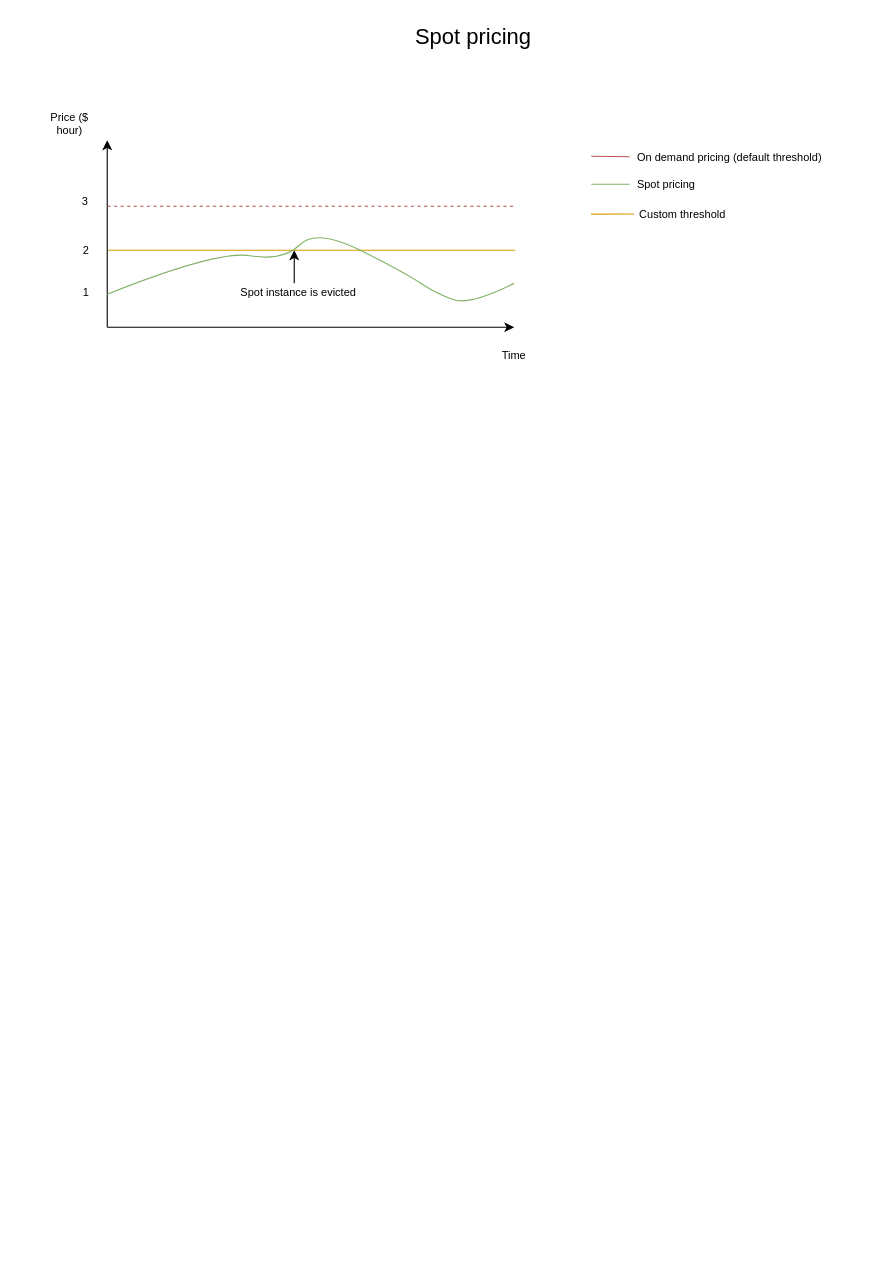
Before: page "Module 4 : Compute" (4 of 13) of Demos/ArchitectingOnAWS_Whiteboards.drawio in mcharouk/aws, a draw.io diagram. Source tidied: cells renumbered, new cells numbered last; positions are measured from the earlier drawing's top-left corner, leaving out a move shared by most shapes. Both pictures are drawn from the tidied source at 110%, with x=0, y=0 at pixel (36, 19).
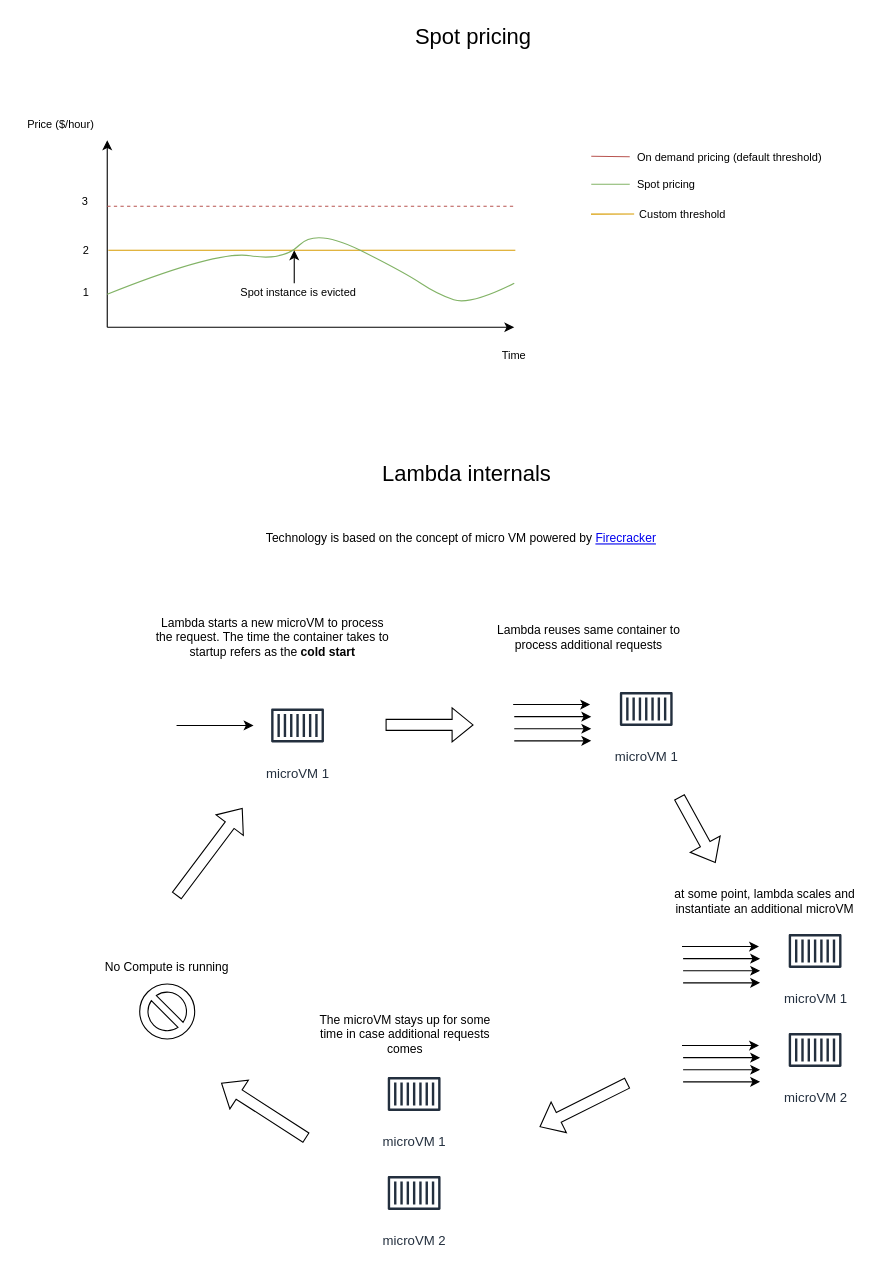
After the change.

Commit message (it also covers changes not shown here):
update whiteboard and links

Change to the diagram source:
```diff
@@
-    <mxCell id="7" value="Price ($ hour)" style="text;html=1;strokeColor=none;fillColor=none;align=center;verticalAlign=middle;whiteSpace=wrap;rounded=0;fontSize=10;" parent="1" vertex="1">
-      <mxGeometry y="80" width="60" height="30" as="geometry" />
+    <mxCell id="7" value="Price ($/hour)" style="text;html=1;strokeColor=none;fillColor=none;align=center;verticalAlign=middle;whiteSpace=wrap;rounded=0;fontSize=10;" parent="1" vertex="1">
+      <mxGeometry x="-16" y="80" width="76" height="30" as="geometry" />
     </mxCell>
@@
+    <mxCell id="21" value="Lambda internals" style="text;html=1;strokeColor=none;fillColor=none;align=center;verticalAlign=middle;whiteSpace=wrap;rounded=0;fontSize=20;" parent="1" vertex="1">
+      <mxGeometry x="298" y="397" width="186" height="30" as="geometry" />
+    </mxCell>
+    <mxCell id="22" value="microVM 1" style="sketch=0;fontColor=#232F3E;gradientColor=none;strokeColor=#232F3E;fillColor=#ffffff;dashed=0;verticalLabelPosition=bottom;verticalAlign=top;align=center;html=1;fontSize=12;fontStyle=0;shape=mxgraph.aws4.resourceIcon;resIcon=mxgraph.aws4.container_1;fontFamily=Helvetica;" parent="1" vertex="1">
+      <mxGeometry x="677.5" y="817" width="60" height="60" as="geometry" />
+    </mxCell>
+    <mxCell id="23" value="microVM 2" style="sketch=0;fontColor=#232F3E;gradientColor=none;strokeColor=#232F3E;fillColor=#ffffff;dashed=0;verticalLabelPosition=bottom;verticalAlign=top;align=center;html=1;fontSize=12;fontStyle=0;shape=mxgraph.aws4.resourceIcon;resIcon=mxgraph.aws4.container_1;fontFamily=Helvetica;" parent="1" vertex="1">
+      <mxGeometry x="677.5" y="907" width="60" height="60" as="geometry" />
+    </mxCell>
+    <mxCell id="24" style="endArrow=classic;html=1;rounded=0;fontFamily=Helvetica;fontSize=11;fontColor=#000000;" parent="1" edge="1">
+      <mxGeometry relative="1" as="geometry">
+        <mxPoint x="586.5" y="843" as="sourcePoint" />
+        <mxPoint x="656.5" y="843" as="targetPoint" />
+      </mxGeometry>
+    </mxCell>
+    <mxCell id="25" style="endArrow=classic;html=1;rounded=0;fontFamily=Helvetica;fontSize=11;fontColor=#000000;" parent="1" edge="1">
+      <mxGeometry relative="1" as="geometry">
+        <mxPoint x="587.5" y="854" as="sourcePoint" />
+        <mxPoint x="657.5" y="854" as="targetPoint" />
+      </mxGeometry>
+    </mxCell>
+    <mxCell id="26" style="endArrow=classic;html=1;rounded=0;fontFamily=Helvetica;fontSize=11;fontColor=#000000;" parent="1" edge="1">
+      <mxGeometry relative="1" as="geometry">
+        <mxPoint x="587.5" y="865" as="sourcePoint" />
+        <mxPoint x="657.5" y="865" as="targetPoint" />
+      </mxGeometry>
+    </mxCell>
+    <mxCell id="27" style="endArrow=classic;html=1;rounded=0;fontFamily=Helvetica;fontSize=11;fontColor=#000000;" parent="1" edge="1">
+      <mxGeometry relative="1" as="geometry">
+        <mxPoint x="587.5" y="876" as="sourcePoint" />
+        <mxPoint x="657.5" y="876" as="targetPoint" />
+      </mxGeometry>
+    </mxCell>
+    <mxCell id="28" style="endArrow=classic;html=1;rounded=0;fontFamily=Helvetica;fontSize=11;fontColor=#000000;" parent="1" edge="1">
+      <mxGeometry relative="1" as="geometry">
+        <mxPoint x="586.5" y="933" as="sourcePoint" />
+        <mxPoint x="656.5" y="933" as="targetPoint" />
+      </mxGeometry>
+    </mxCell>
+    <mxCell id="29" style="endArrow=classic;html=1;rounded=0;fontFamily=Helvetica;fontSize=11;fontColor=#000000;" parent="1" edge="1">
+      <mxGeometry relative="1" as="geometry">
+        <mxPoint x="587.5" y="944" as="sourcePoint" />
+        <mxPoint x="657.5" y="944" as="targetPoint" />
+      </mxGeometry>
+    </mxCell>
+    <mxCell id="30" style="endArrow=classic;html=1;rounded=0;fontFamily=Helvetica;fontSize=11;fontColor=#000000;" parent="1" edge="1">
+      <mxGeometry relative="1" as="geometry">
+        <mxPoint x="587.5" y="955" as="sourcePoint" />
+        <mxPoint x="657.5" y="955" as="targetPoint" />
+      </mxGeometry>
+    </mxCell>
+    <mxCell id="31" style="endArrow=classic;html=1;rounded=0;fontFamily=Helvetica;fontSize=11;fontColor=#000000;" parent="1" edge="1">
+      <mxGeometry relative="1" as="geometry">
+        <mxPoint x="587.5" y="966" as="sourcePoint" />
+        <mxPoint x="657.5" y="966" as="targetPoint" />
+      </mxGeometry>
+    </mxCell>
+    <mxCell id="32" value="microVM 1" style="sketch=0;fontColor=#232F3E;gradientColor=none;strokeColor=#232F3E;fillColor=#ffffff;dashed=0;verticalLabelPosition=bottom;verticalAlign=top;align=center;html=1;fontSize=12;fontStyle=0;shape=mxgraph.aws4.resourceIcon;resIcon=mxgraph.aws4.container_1;fontFamily=Helvetica;" parent="1" vertex="1">
+      <mxGeometry x="524" y="597" width="60" height="60" as="geometry" />
+    </mxCell>
+    <mxCell id="33" style="endArrow=classic;html=1;rounded=0;fontFamily=Helvetica;fontSize=11;fontColor=#000000;" parent="1" edge="1">
+      <mxGeometry relative="1" as="geometry">
+        <mxPoint x="433" y="623" as="sourcePoint" />
+        <mxPoint x="503" y="623" as="targetPoint" />
+      </mxGeometry>
+    </mxCell>
+    <mxCell id="34" style="endArrow=classic;html=1;rounded=0;fontFamily=Helvetica;fontSize=11;fontColor=#000000;" parent="1" edge="1">
+      <mxGeometry relative="1" as="geometry">
+        <mxPoint x="434" y="634" as="sourcePoint" />
+        <mxPoint x="504" y="634" as="targetPoint" />
+      </mxGeometry>
+    </mxCell>
+    <mxCell id="35" style="endArrow=classic;html=1;rounded=0;fontFamily=Helvetica;fontSize=11;fontColor=#000000;" parent="1" edge="1">
+      <mxGeometry relative="1" as="geometry">
+        <mxPoint x="434" y="645" as="sourcePoint" />
+        <mxPoint x="504" y="645" as="targetPoint" />
+      </mxGeometry>
+    </mxCell>
+    <mxCell id="36" style="endArrow=classic;html=1;rounded=0;fontFamily=Helvetica;fontSize=11;fontColor=#000000;" parent="1" edge="1">
+      <mxGeometry relative="1" as="geometry">
+        <mxPoint x="434" y="656" as="sourcePoint" />
+        <mxPoint x="504" y="656" as="targetPoint" />
+      </mxGeometry>
+    </mxCell>
+    <mxCell id="37" style="shape=flexArrow;endArrow=classic;html=1;rounded=0;fontFamily=Helvetica;fontSize=11;fontColor=#000000;" parent="1" edge="1">
+      <mxGeometry relative="1" as="geometry">
+        <mxPoint x="584" y="707" as="sourcePoint" />
+        <mxPoint x="617" y="767" as="targetPoint" />
+      </mxGeometry>
+    </mxCell>
+    <mxCell id="38" value="at some point, lambda scales and instantiate an additional microVM" style="text;html=1;strokeColor=none;fillColor=none;align=center;verticalAlign=middle;whiteSpace=wrap;rounded=0;fontSize=11;fontFamily=Helvetica;fontColor=#000000;" parent="1" vertex="1">
+      <mxGeometry x="577" y="787" width="170" height="30" as="geometry" />
+    </mxCell>
+    <mxCell id="39" value="microVM 1" style="sketch=0;fontColor=#232F3E;gradientColor=none;strokeColor=#232F3E;fillColor=#ffffff;dashed=0;verticalLabelPosition=bottom;verticalAlign=top;align=center;html=1;fontSize=12;fontStyle=0;shape=mxgraph.aws4.resourceIcon;resIcon=mxgraph.aws4.container_1;fontFamily=Helvetica;" parent="1" vertex="1">
+      <mxGeometry x="207" y="612" width="60" height="60" as="geometry" />
+    </mxCell>
+    <mxCell id="40" style="endArrow=classic;html=1;rounded=0;fontFamily=Helvetica;fontSize=11;fontColor=#000000;" parent="1" edge="1">
+      <mxGeometry relative="1" as="geometry">
+        <mxPoint x="127" y="642" as="sourcePoint" />
+        <mxPoint x="197" y="642" as="targetPoint" />
+      </mxGeometry>
+    </mxCell>
+    <mxCell id="41" value="Lambda starts a new microVM to process the request. The time the container takes to startup refers as the &lt;b&gt;cold start&lt;/b&gt;" style="text;html=1;strokeColor=none;fillColor=none;align=center;verticalAlign=middle;whiteSpace=wrap;rounded=0;fontSize=11;fontFamily=Helvetica;fontColor=#000000;" parent="1" vertex="1">
+      <mxGeometry x="107" y="547" width="215" height="30" as="geometry" />
+    </mxCell>
+    <mxCell id="42" style="shape=flexArrow;endArrow=classic;html=1;rounded=0;fontFamily=Helvetica;fontSize=11;fontColor=#000000;" parent="1" edge="1">
+      <mxGeometry relative="1" as="geometry">
+        <mxPoint x="317" y="641.5" as="sourcePoint" />
+        <mxPoint x="397" y="641.5" as="targetPoint" />
+      </mxGeometry>
+    </mxCell>
+    <mxCell id="43" value="Lambda reuses same container to process additional requests" style="text;html=1;strokeColor=none;fillColor=none;align=center;verticalAlign=middle;whiteSpace=wrap;rounded=0;fontSize=11;fontFamily=Helvetica;fontColor=#000000;" parent="1" vertex="1">
+      <mxGeometry x="407" y="547" width="190" height="30" as="geometry" />
+    </mxCell>
+    <mxCell id="44" style="shape=flexArrow;endArrow=classic;html=1;rounded=0;fontFamily=Helvetica;fontSize=11;fontColor=#000000;" parent="1" edge="1">
+      <mxGeometry relative="1" as="geometry">
+        <mxPoint x="537" y="967" as="sourcePoint" />
+        <mxPoint x="457" y="1007" as="targetPoint" />
+      </mxGeometry>
+    </mxCell>
+    <mxCell id="45" value="The microVM stays up for some time in case additional requests comes" style="text;html=1;strokeColor=none;fillColor=none;align=center;verticalAlign=middle;whiteSpace=wrap;rounded=0;fontSize=11;fontFamily=Helvetica;fontColor=#000000;" parent="1" vertex="1">
+      <mxGeometry x="250" y="908" width="170" height="30" as="geometry" />
+    </mxCell>
+    <mxCell id="46" value="microVM 1" style="sketch=0;fontColor=#232F3E;gradientColor=none;strokeColor=#232F3E;fillColor=#ffffff;dashed=0;verticalLabelPosition=bottom;verticalAlign=top;align=center;html=1;fontSize=12;fontStyle=0;shape=mxgraph.aws4.resourceIcon;resIcon=mxgraph.aws4.container_1;fontFamily=Helvetica;" parent="1" vertex="1">
+      <mxGeometry x="313" y="947" width="60" height="60" as="geometry" />
+    </mxCell>
+    <mxCell id="47" value="microVM 2" style="sketch=0;fontColor=#232F3E;gradientColor=none;strokeColor=#232F3E;fillColor=#ffffff;dashed=0;verticalLabelPosition=bottom;verticalAlign=top;align=center;html=1;fontSize=12;fontStyle=0;shape=mxgraph.aws4.resourceIcon;resIcon=mxgraph.aws4.container_1;fontFamily=Helvetica;" parent="1" vertex="1">
+      <mxGeometry x="313" y="1037" width="60" height="60" as="geometry" />
+    </mxCell>
+    <mxCell id="48" style="shape=flexArrow;endArrow=classic;html=1;rounded=0;fontFamily=Helvetica;fontSize=11;fontColor=#000000;" parent="1" edge="1">
+      <mxGeometry relative="1" as="geometry">
+        <mxPoint x="245" y="1017" as="sourcePoint" />
+        <mxPoint x="167.5" y="967" as="targetPoint" />
+      </mxGeometry>
+    </mxCell>
+    <mxCell id="49" style="verticalLabelPosition=bottom;verticalAlign=top;html=1;shape=mxgraph.basic.no_symbol;strokeColor=#000000;fontFamily=Helvetica;fontSize=11;fontColor=#000000;fillColor=none;" parent="1" vertex="1">
+      <mxGeometry x="93.5" y="877" width="50" height="50" as="geometry" />
+    </mxCell>
+    <mxCell id="50" value="No Compute is running" style="text;html=1;strokeColor=none;fillColor=none;align=center;verticalAlign=middle;whiteSpace=wrap;rounded=0;fontSize=11;fontFamily=Helvetica;fontColor=#000000;" parent="1" vertex="1">
+      <mxGeometry x="47" y="847" width="143" height="30" as="geometry" />
+    </mxCell>
+    <mxCell id="51" style="shape=flexArrow;endArrow=classic;html=1;rounded=0;fontFamily=Helvetica;fontSize=11;fontColor=#000000;" parent="1" edge="1">
+      <mxGeometry relative="1" as="geometry">
+        <mxPoint x="127" y="797" as="sourcePoint" />
+        <mxPoint x="187" y="717" as="targetPoint" />
+      </mxGeometry>
+    </mxCell>
+    <mxCell id="52" value="Technology is based on the concept of micro VM powered by &lt;a href=&quot;https://firecracker-microvm.github.io/&quot;&gt;Firecracker&lt;/a&gt;" style="text;html=1;strokeColor=none;fillColor=none;align=center;verticalAlign=middle;whiteSpace=wrap;rounded=0;fontSize=11;fontFamily=Helvetica;fontColor=#000000;" parent="1" vertex="1">
+      <mxGeometry x="178" y="457" width="416" height="30" as="geometry" />
+    </mxCell>
```
